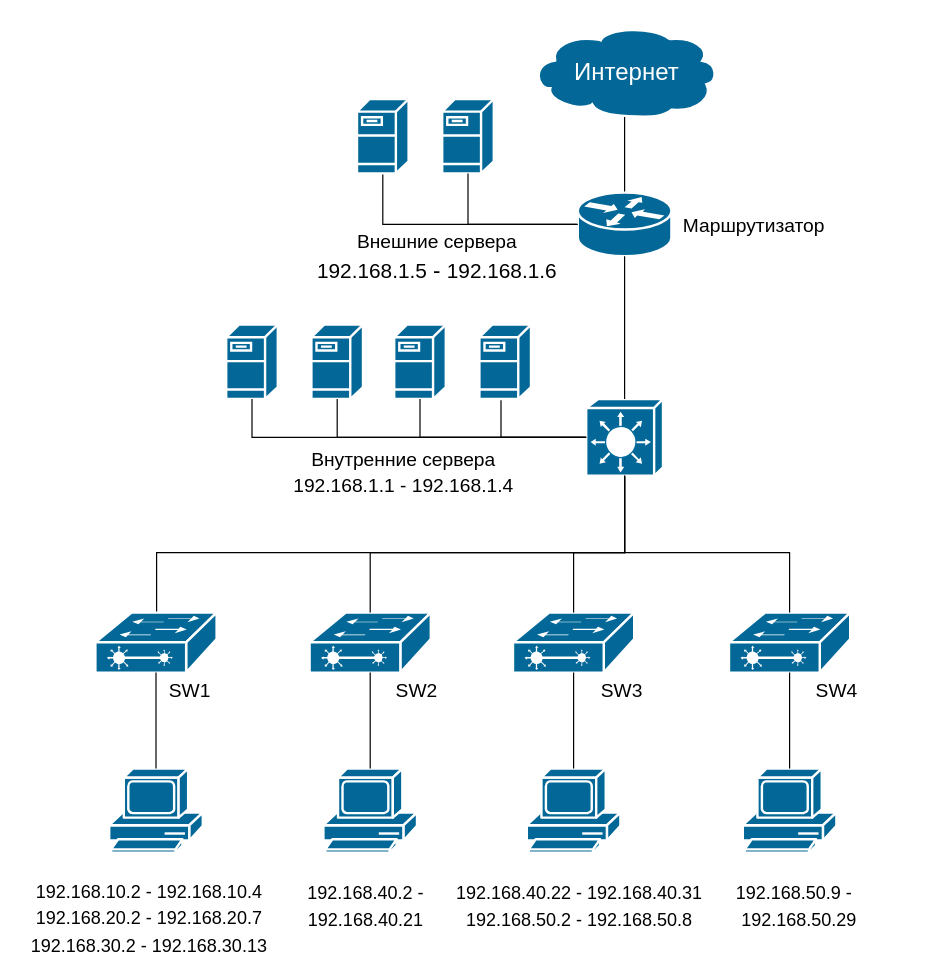
This is 7 семестр/ИСИС КП/рабочие файлы/Логическая схема.drawio from kostasmov/SevSU, a draw.io file, before an edit. Source tidied: cells renumbered, new cells numbered last; positions are measured from the earlier drawing's top-left corner, leaving out a move shared by most shapes. Both pictures are drawn from the tidied source at 120%, with x=0, y=0 at pixel (20, 25).
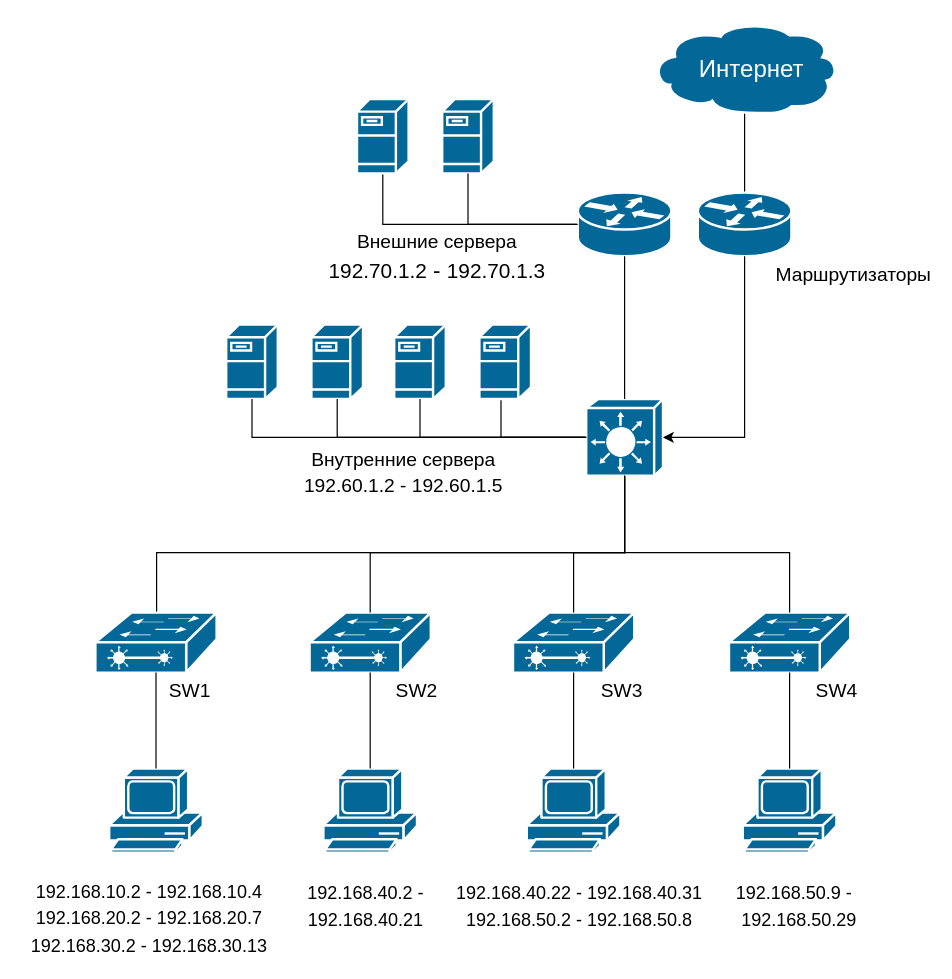
The same diagram, later.

Unchanged cells that the change refers to:
```xml
<mxCell id="4" style="strokeColor=#ffffff;sketch=0;html=1;dashed=0;fillColor=#036897;strokeWidth=2;verticalLabelPosition=bottom;verticalAlign=top;align=center;outlineConnect=0;shape=mxgraph.cisco.switches.layer_3_switch;" parent="1" vertex="1">
  <mxGeometry x="471" y="311" width="64" height="64" as="geometry" />
</mxCell>
<mxCell id="7" style="strokeColor=#ffffff;sketch=0;html=1;dashed=0;fillColor=#036897;strokeWidth=2;verticalLabelPosition=bottom;verticalAlign=top;align=center;outlineConnect=0;shape=mxgraph.cisco.routers.router;" parent="1" vertex="1">
  <mxGeometry x="464" y="139" width="78" height="53" as="geometry" />
</mxCell>
```

What changed in the source:
```diff
@@
-    <mxCell id="5" style="edgeStyle=orthogonalEdgeStyle;rounded=0;jettySize=auto;html=1;exitX=0.5;exitY=0;exitDx=0;exitDy=0;exitPerimeter=0;endArrow=none;endFill=0;" parent="1" edge="1" source="7" target="8">
+    <mxCell id="5" style="edgeStyle=orthogonalEdgeStyle;rounded=0;jettySize=auto;html=1;endArrow=none;endFill=0;exitX=0.5;exitY=0;exitDx=0;exitDy=0;exitPerimeter=0;" parent="1" edge="1" source="47" target="8">
       <mxGeometry relative="1" as="geometry" />
     </mxCell>
@@
     <mxCell id="8" style="strokeColor=#ffffff;sketch=0;html=1;dashed=0;fillColor=#036897;strokeWidth=2;verticalLabelPosition=bottom;verticalAlign=top;align=center;outlineConnect=0;shape=mxgraph.cisco.storage.cloud;" parent="1" vertex="1">
-      <mxGeometry x="425" width="156" height="76" as="geometry" />
+      <mxGeometry x="525" y="-3" width="156" height="76" as="geometry" />
     </mxCell>
     <mxCell id="9" value="Интернет" style="text;html=1;whiteSpace=wrap;align=center;verticalAlign=middle;rounded=0;fontSize=20;fontColor=light-dark(#ffffff, #ededed);" parent="1" vertex="1">
-      <mxGeometry x="475" y="23" width="60" height="30" as="geometry" />
+      <mxGeometry x="579" y="20" width="60" height="30" as="geometry" />
     </mxCell>
@@
-    <mxCell id="13" value="&lt;font style=&quot;font-size: 16px;&quot; face=&quot;Helvetica&quot;&gt;Внешние сервера&lt;br&gt;&lt;/font&gt;&lt;font face=&quot;Helvetica&quot;&gt;&lt;span lang=&quot;EN-US&quot; style=&quot;font-size: 13pt;&quot;&gt;192.168.1.&lt;/span&gt;&lt;span style=&quot;font-size: 13pt;&quot;&gt;5&lt;/span&gt;&lt;span style=&quot;font-size: 14pt;&quot;&gt; &lt;/span&gt;&lt;span style=&quot;font-size: 14pt;&quot;&gt;&lt;span style=&quot;mso-char-type:symbol;mso-symbol-font-family:&amp;lt;br/&amp;gt;Symbol&quot;&gt;-&lt;/span&gt;&lt;/span&gt;&lt;span style=&quot;font-size:14.0pt;line-height:150%;&amp;lt;br/&amp;gt;font-family:&amp;quot;Times New Roman&amp;quot;,serif;mso-fareast-font-family:Calibri;mso-fareast-theme-font:&amp;lt;br/&amp;gt;minor-latin;mso-ansi-language:RU;mso-fareast-language:EN-US;mso-bidi-language:&amp;lt;br/&amp;gt;AR-SA&quot;&gt;&amp;nbsp;&lt;/span&gt;&lt;span lang=&quot;EN-US&quot; style=&quot;font-size:13.0pt;line-height:150%;&amp;lt;br/&amp;gt;font-family:&amp;quot;Times New Roman&amp;quot;,serif;mso-fareast-font-family:Calibri;mso-fareast-theme-font:&amp;lt;br/&amp;gt;minor-latin;mso-ansi-language:EN-US;mso-fareast-language:EN-US;mso-bidi-language:&amp;lt;br/&amp;gt;AR-SA&quot;&gt;192.168.1.&lt;/span&gt;&lt;span style=&quot;font-size:13.0pt;line-height:150%;&amp;lt;br/&amp;gt;font-family:&amp;quot;Times New Roman&amp;quot;,serif;mso-fareast-font-family:Calibri;mso-fareast-theme-font:&amp;lt;br/&amp;gt;minor-latin;mso-ansi-language:RU;mso-fareast-language:EN-US;mso-bidi-language:&amp;lt;br/&amp;gt;AR-SA&quot;&gt;6&lt;/span&gt;&lt;/font&gt;" style="text;html=1;whiteSpace=wrap;strokeColor=none;fillColor=none;align=center;verticalAlign=middle;rounded=0;fontSize=18;" parent="1" vertex="1">
+    <mxCell id="13" value="&lt;font style=&quot;font-size: 16px;&quot; face=&quot;Helvetica&quot;&gt;Внешние сервера&lt;br&gt;&lt;/font&gt;&lt;font face=&quot;Helvetica&quot;&gt;&lt;span lang=&quot;EN-US&quot; style=&quot;font-size: 13pt;&quot;&gt;192.70.1.&lt;/span&gt;&lt;span style=&quot;font-size: 13pt;&quot;&gt;2&lt;/span&gt;&lt;span style=&quot;font-size: 14pt;&quot;&gt; &lt;/span&gt;&lt;span style=&quot;font-size: 14pt;&quot;&gt;&lt;span style=&quot;mso-char-type:symbol;mso-symbol-font-family:&amp;lt;br/&amp;gt;Symbol&quot;&gt;-&lt;/span&gt;&lt;/span&gt;&lt;span style=&quot;font-size:14.0pt;line-height:150%;&amp;lt;br/&amp;gt;font-family:&amp;quot;Times New Roman&amp;quot;,serif;mso-fareast-font-family:Calibri;mso-fareast-theme-font:&amp;lt;br/&amp;gt;minor-latin;mso-ansi-language:RU;mso-fareast-language:EN-US;mso-bidi-language:&amp;lt;br/&amp;gt;AR-SA&quot;&gt;&amp;nbsp;&lt;/span&gt;&lt;span lang=&quot;EN-US&quot; style=&quot;font-size:13.0pt;line-height:150%;&amp;lt;br/&amp;gt;font-family:&amp;quot;Times New Roman&amp;quot;,serif;mso-fareast-font-family:Calibri;mso-fareast-theme-font:&amp;lt;br/&amp;gt;minor-latin;mso-ansi-language:EN-US;mso-fareast-language:EN-US;mso-bidi-language:&amp;lt;br/&amp;gt;AR-SA&quot;&gt;192.70.1.&lt;/span&gt;&lt;span style=&quot;font-size:13.0pt;line-height:150%;&amp;lt;br/&amp;gt;font-family:&amp;quot;Times New Roman&amp;quot;,serif;mso-fareast-font-family:Calibri;mso-fareast-theme-font:&amp;lt;br/&amp;gt;minor-latin;mso-ansi-language:RU;mso-fareast-language:EN-US;mso-bidi-language:&amp;lt;br/&amp;gt;AR-SA&quot;&gt;3&lt;/span&gt;&lt;/font&gt;" style="text;html=1;whiteSpace=wrap;strokeColor=none;fillColor=none;align=center;verticalAlign=middle;rounded=0;fontSize=18;" parent="1" vertex="1">
       <mxGeometry x="242" y="179" width="210" height="30" as="geometry" />
     </mxCell>
@@
-    <mxCell id="15" value="&lt;font style=&quot;font-size: 16px;&quot;&gt;Маршрутизатор&lt;/font&gt;" style="text;html=1;whiteSpace=wrap;strokeColor=none;fillColor=none;align=center;verticalAlign=middle;rounded=0;" parent="1" vertex="1">
-      <mxGeometry x="581" y="150.5" width="60" height="30" as="geometry" />
+    <mxCell id="15" value="&lt;font style=&quot;font-size: 16px;&quot;&gt;Маршрутизаторы&lt;/font&gt;" style="text;html=1;whiteSpace=wrap;strokeColor=none;fillColor=none;align=center;verticalAlign=middle;rounded=0;" parent="1" vertex="1">
+      <mxGeometry x="664" y="192" width="60" height="30" as="geometry" />
     </mxCell>
@@
-    <mxCell id="21" value="&lt;font face=&quot;Helvetica&quot; style=&quot;font-size: 16px;&quot;&gt;Внутренние сервера&lt;br&gt;&lt;/font&gt;&lt;font face=&quot;Helvetica&quot; style=&quot;font-size: 16px;&quot;&gt;&lt;span lang=&quot;EN-US&quot;&gt;192.168.1.1&lt;/span&gt;&lt;span lang=&quot;EN-US&quot; style=&quot;line-height: 150%;&quot;&gt; &lt;/span&gt;&lt;span style=&quot;line-height: 150%;&quot;&gt;&lt;span style=&quot;mso-char-type:&amp;lt;br/&amp;gt;symbol;mso-symbol-font-family:Symbol&quot;&gt;-&lt;/span&gt;&lt;/span&gt;&lt;span style=&quot;line-height: 150%;&quot;&gt; &lt;/span&gt;192.168.1.4&lt;/font&gt;" style="text;html=1;whiteSpace=wrap;strokeColor=none;fillColor=none;align=center;verticalAlign=middle;rounded=0;fontSize=18;" parent="1" vertex="1">
+    <mxCell id="21" value="&lt;font face=&quot;Helvetica&quot; style=&quot;font-size: 16px;&quot;&gt;Внутренние сервера&lt;br&gt;&lt;/font&gt;&lt;font face=&quot;Helvetica&quot; style=&quot;font-size: 16px;&quot;&gt;&lt;span lang=&quot;EN-US&quot;&gt;192.60.1.2&lt;/span&gt;&lt;span lang=&quot;EN-US&quot; style=&quot;line-height: 150%;&quot;&gt; &lt;/span&gt;&lt;span style=&quot;line-height: 150%;&quot;&gt;&lt;span style=&quot;mso-char-type:&amp;lt;br/&amp;gt;symbol;mso-symbol-font-family:Symbol&quot;&gt;-&lt;/span&gt;&lt;/span&gt;&lt;span style=&quot;line-height: 150%;&quot;&gt; &lt;/span&gt;192.60.1.5&lt;/font&gt;" style="text;html=1;whiteSpace=wrap;strokeColor=none;fillColor=none;align=center;verticalAlign=middle;rounded=0;fontSize=18;" parent="1" vertex="1">
       <mxGeometry x="214" y="358" width="210" height="30" as="geometry" />
     </mxCell>
@@
+    <mxCell id="47" style="strokeColor=#ffffff;sketch=0;html=1;dashed=0;fillColor=#036897;strokeWidth=2;verticalLabelPosition=bottom;verticalAlign=top;align=center;outlineConnect=0;shape=mxgraph.cisco.routers.router;" parent="1" vertex="1">
+      <mxGeometry x="564" y="139" width="78" height="53" as="geometry" />
+    </mxCell>
+    <mxCell id="48" style="edgeStyle=orthogonalEdgeStyle;rounded=0;jettySize=auto;html=1;exitX=0.5;exitY=1;exitDx=0;exitDy=0;exitPerimeter=0;entryX=1;entryY=0.5;entryDx=0;entryDy=0;entryPerimeter=0;" parent="1" edge="1" source="47" target="4">
+      <mxGeometry relative="1" as="geometry" />
+    </mxCell>
```
